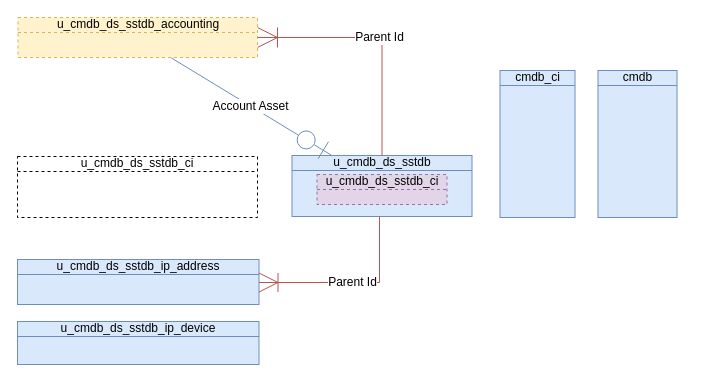
algimas/tmp keeps this draw.io diagram as page "ToBeIpAdd" (19 of 23) of DBsErdV2.drawio. Above is the earlier version. Source tidied: cells renumbered, new cells numbered last; positions are measured from the earlier drawing's top-left corner, leaving out a move shared by most shapes. Both pictures are drawn from the tidied source at 100%, with x=0, y=0 at pixel (17, 17).
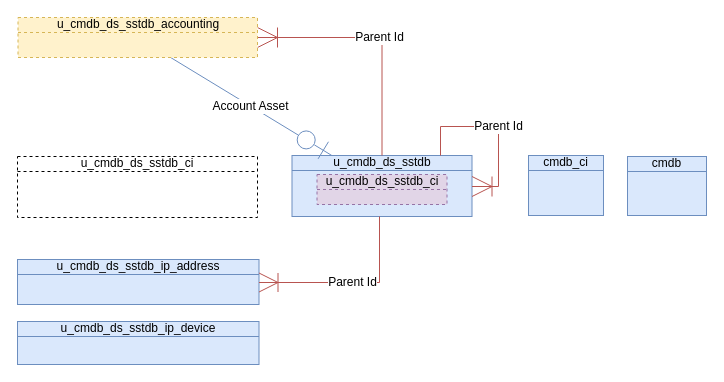
The same diagram, later.

The edit, as a diff of the source:
```diff
@@
 <mxGraphModel>
   <root>
     <mxCell id="0" />
     <mxCell id="1" parent="0" />
     <mxCell id="2" value="u_cmdb_ds_sstdb" style="html=1;outlineConnect=0;whiteSpace=wrap;fillColor=#dae8fc;shape=mxgraph.archimate3.businessObject;overflow=fill;strokeColor=#6c8ebf;" parent="1" vertex="1">
       <mxGeometry x="274.5" y="138" width="180" height="61" as="geometry" />
     </mxCell>
     <mxCell id="3" value="u_cmdb_ds_sstdb_ci" style="html=1;whiteSpace=wrap;fillColor=#e1d5e7;shape=mxgraph.archimate3.businessObject;overflow=fill;strokeColor=#9673a6;dashed=1;" parent="1" vertex="1">
       <mxGeometry x="299.5" y="157" width="130" height="30" as="geometry" />
     </mxCell>
     <mxCell id="4" value="cmdb_ci" style="html=1;whiteSpace=wrap;fillColor=#dae8fc;shape=mxgraph.archimate3.businessObject;overflow=fill;strokeColor=#6c8ebf;" parent="1" vertex="1">
-      <mxGeometry x="482.5" y="53" width="75" height="147" as="geometry" />
+      <mxGeometry x="511" y="138" width="75" height="60" as="geometry" />
     </mxCell>
     <mxCell id="5" value="Account Asset" style="fontSize=12;html=1;endArrow=ERzeroToOne;endFill=0;rounded=0;fillColor=#dae8fc;strokeColor=#6c8ebf;endSize=18;" parent="1" edge="1" source="11" target="2">
       <mxGeometry relative="1" as="geometry" />
     </mxCell>
     <mxCell id="6" value="u_cmdb_ds_sstdb_ci" style="html=1;whiteSpace=wrap;shape=mxgraph.archimate3.businessObject;overflow=fill;dashed=1;" parent="1" vertex="1">
       <mxGeometry y="139" width="240" height="61" as="geometry" />
     </mxCell>
     <mxCell id="7" value="cmdb" style="html=1;whiteSpace=wrap;fillColor=#dae8fc;shape=mxgraph.archimate3.businessObject;overflow=fill;strokeColor=#6c8ebf;" parent="1" vertex="1">
-      <mxGeometry x="580.5" y="53" width="79" height="147" as="geometry" />
+      <mxGeometry x="610" y="139" width="79" height="59" as="geometry" />
     </mxCell>
     <mxCell id="8" value="u_cmdb_ds_sstdb_ip_device" style="html=1;whiteSpace=wrap;fillColor=#dae8fc;shape=mxgraph.archimate3.businessObject;overflow=fill;strokeColor=#6c8ebf;" parent="1" vertex="1">
       <mxGeometry y="304" width="241.5" height="43" as="geometry" />
     </mxCell>
     <mxCell id="9" value="u_cmdb_ds_sstdb_ip_address" style="html=1;outlineConnect=0;whiteSpace=wrap;fillColor=#dae8fc;shape=mxgraph.archimate3.businessObject;overflow=fill;strokeColor=#6c8ebf;fontStyle=0;" parent="1" vertex="1">
       <mxGeometry y="242" width="241.5" height="45" as="geometry" />
     </mxCell>
     <mxCell id="10" value="Parent Id" style="fontSize=12;html=1;endArrow=ERoneToMany;endFill=0;rounded=0;fillColor=#f8cecc;strokeColor=#b85450;endSize=18;edgeStyle=orthogonalEdgeStyle;" parent="1" edge="1" source="2" target="11">
       <mxGeometry relative="1" as="geometry">
         <Array as="points">
           <mxPoint x="365" y="20" />
         </Array>
       </mxGeometry>
     </mxCell>
     <mxCell id="11" value="u_cmdb_ds_sstdb_accounting" style="html=1;outlineConnect=0;whiteSpace=wrap;fillColor=#fff2cc;shape=mxgraph.archimate3.businessObject;overflow=fill;strokeColor=#d6b656;dashed=1;" parent="1" vertex="1">
       <mxGeometry x="0.5" width="239.5" height="40" as="geometry" />
     </mxCell>
     <mxCell id="12" value="Parent Id" style="fontSize=12;html=1;endArrow=ERoneToMany;endFill=0;rounded=0;fillColor=#f8cecc;strokeColor=#b85450;endSize=17;edgeStyle=orthogonalEdgeStyle;" parent="1" edge="1" source="2" target="9">
       <mxGeometry relative="1" as="geometry">
         <Array as="points">
           <mxPoint x="362" y="265" />
         </Array>
       </mxGeometry>
     </mxCell>
+    <mxCell id="13" value="Parent Id" style="fontSize=12;html=1;endArrow=ERoneToMany;endFill=0;rounded=0;fillColor=#f8cecc;strokeColor=#b85450;endSize=18;edgeStyle=orthogonalEdgeStyle;" parent="1" edge="1" source="2" target="2">
+      <mxGeometry relative="1" as="geometry">
+        <Array as="points">
+          <mxPoint x="423" y="109" />
+          <mxPoint x="481" y="109" />
+          <mxPoint x="481" y="169" />
+        </Array>
+      </mxGeometry>
+    </mxCell>
   </root>
 </mxGraphModel>
```
